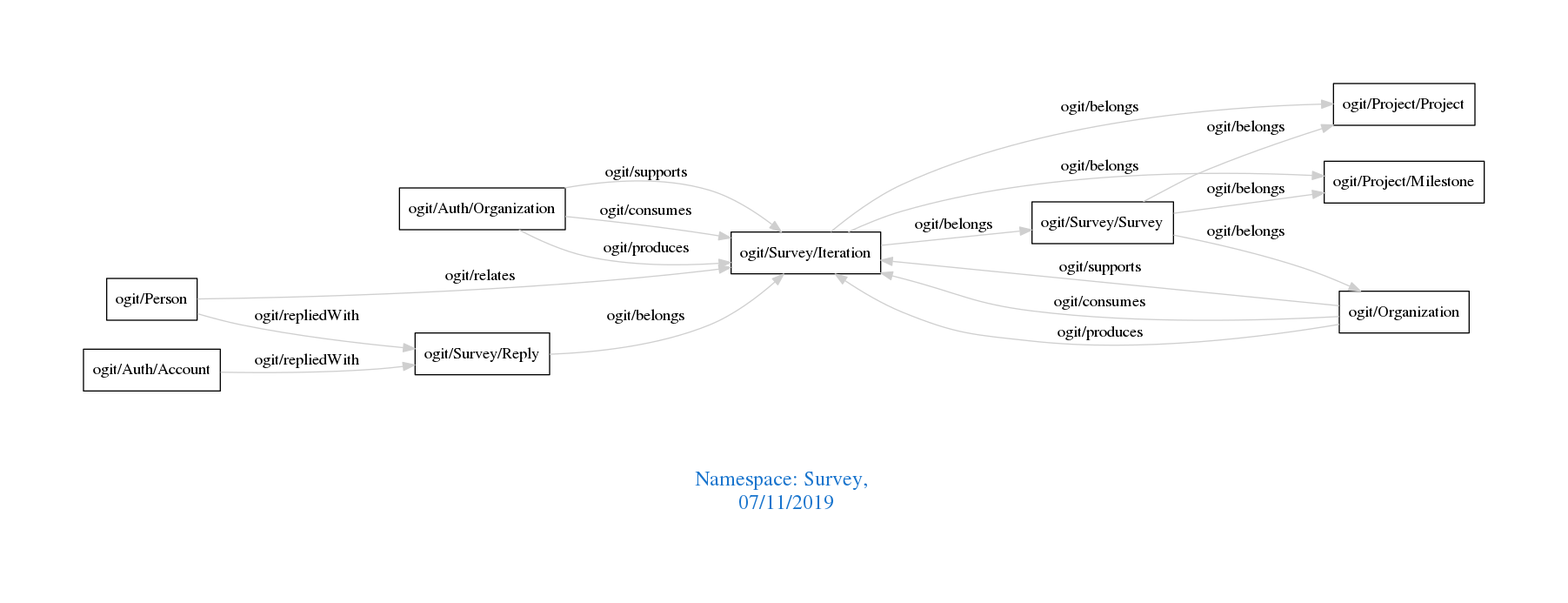
Before: downloads/Survey.png, a diagram exported from Graphviz (arago/OGIT). Its source is kept beside it as downloads/Survey.dot.
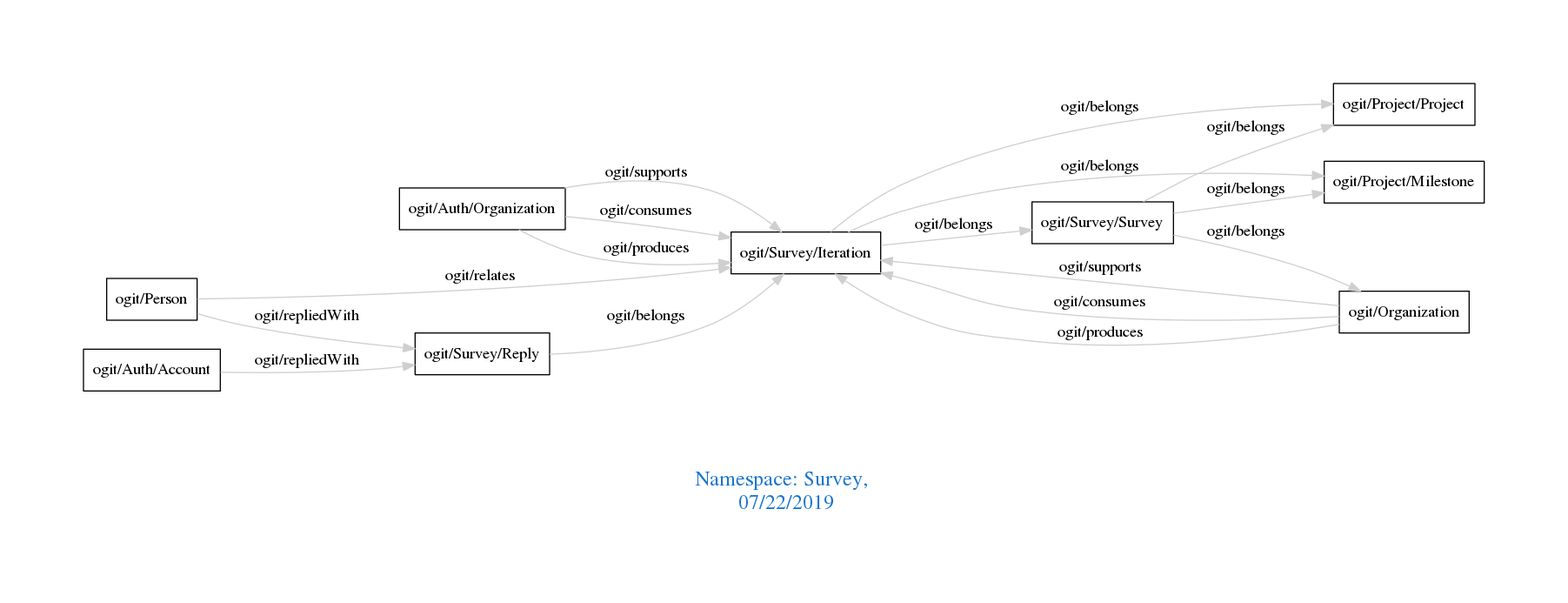
Above is the later version.

Change to the diagram source:
```diff
@@ -1,7 +1,7 @@
 digraph OGIT_ontology {
  graph [ rankdir= LR,pad=1
 fontsize = 18,
-fontcolor= dodgerblue3,label = "\n\n\nNamespace: Survey, \n 07/11/2019"];
+fontcolor= dodgerblue3,label = "\n\n\nNamespace: Survey, \n 07/22/2019"];
 node[shape=polygon];
 edge [  color="gray81"];
 
```
